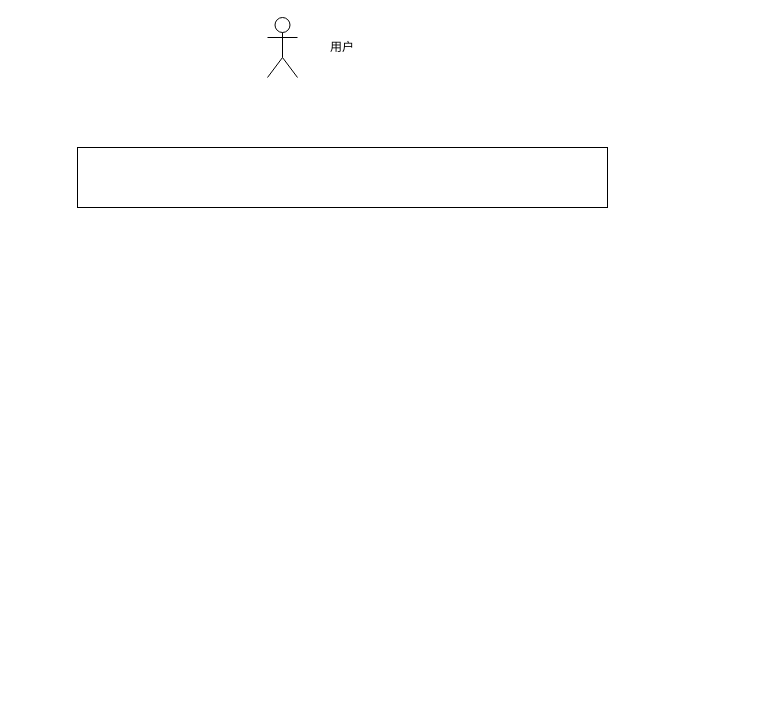
Before: csdb/数据架构图.drawio in DemonHan/KuickBuy, a draw.io diagram. Source tidied: cells renumbered, new cells numbered last; positions are measured from the earlier drawing's top-left corner, leaving out a move shared by most shapes. Both pictures are drawn from the tidied source at 100%, with x=0, y=0 at pixel (77, 17).
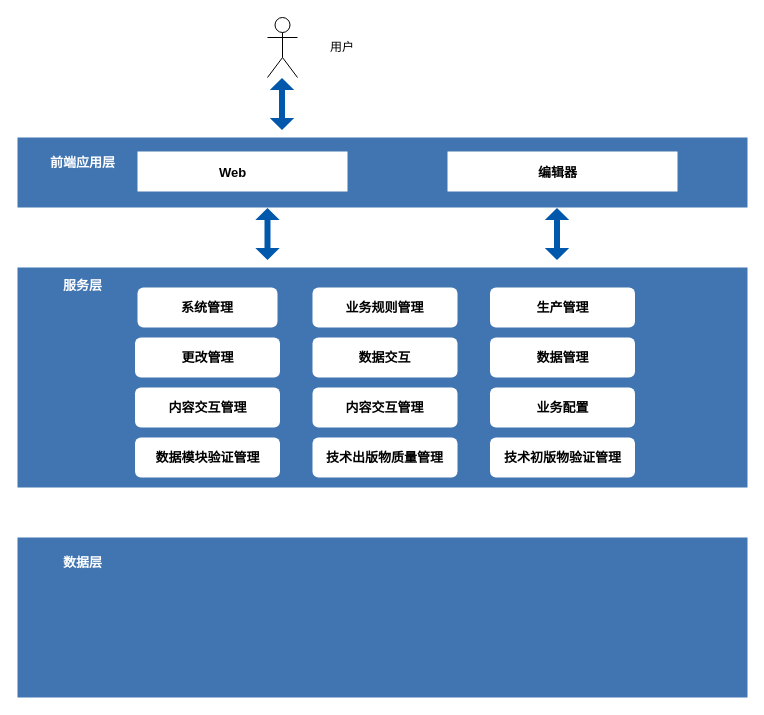
The same diagram, later.

Commit message (it also covers changes not shown here):
更新数据架构图.drawio

Diff of the diagram source:
```diff
@@
-    <mxCell id="2" style="rounded=0;whiteSpace=wrap;html=1;" parent="1" vertex="1">
-      <mxGeometry y="130" width="530" height="60" as="geometry" />
-    </mxCell>
@@
+    <mxCell id="5" style="shape=flexArrow;endArrow=classic;startArrow=classic;html=1;rounded=0;width=6;startSize=3.64;endSize=3.64;endWidth=17.387755102040817;startWidth=17.387755102040817;entryX=0.197;entryY=0.995;entryDx=0;entryDy=0;entryPerimeter=0;fontStyle=1;fontSize=13;strokeColor=none;fillColor=#0058AC;" parent="1" edge="1">
+      <mxGeometry relative="1" as="geometry">
+        <mxPoint x="204.5" y="113" as="sourcePoint" />
+        <mxPoint x="204.5" y="60" as="targetPoint" />
+      </mxGeometry>
+    </mxCell>
+    <mxCell id="6" style="rounded=0;whiteSpace=wrap;html=1;fillColor=#4175B1;fontStyle=1;fontSize=13;strokeColor=none;" parent="1" vertex="1">
+      <mxGeometry x="-60" y="120" width="730" height="70" as="geometry" />
+    </mxCell>
+    <mxCell id="7" value="前端应用层" style="text;html=1;align=center;verticalAlign=middle;strokeColor=none;fillColor=none;fontColor=#FFFFFF;fontStyle=1;fontSize=13;" parent="1" vertex="1">
+      <mxGeometry x="-40" y="130" width="90" height="30" as="geometry" />
+    </mxCell>
+    <mxCell id="8" style="rounded=0;whiteSpace=wrap;html=1;fillColor=#FFFFFF;fontStyle=1;fontSize=13;strokeColor=none;" parent="1" vertex="1">
+      <mxGeometry x="60" y="134" width="210" height="40" as="geometry" />
+    </mxCell>
+    <mxCell id="9" value="Web" style="text;html=1;align=center;verticalAlign=middle;strokeColor=none;fillColor=none;fontStyle=1;fontSize=13;" parent="1" vertex="1">
+      <mxGeometry x="130" y="140" width="50" height="30" as="geometry" />
+    </mxCell>
+    <mxCell id="10" style="rounded=0;whiteSpace=wrap;html=1;fillColor=#FFFFFF;fontStyle=1;fontSize=13;strokeColor=none;" parent="1" vertex="1">
+      <mxGeometry x="370" y="134" width="230" height="40" as="geometry" />
+    </mxCell>
+    <mxCell id="11" value="编辑器" style="text;html=1;align=center;verticalAlign=middle;strokeColor=none;fillColor=none;fontStyle=1;fontSize=13;" parent="1" vertex="1">
+      <mxGeometry x="450" y="140" width="60" height="30" as="geometry" />
+    </mxCell>
+    <mxCell id="12" style="rounded=0;whiteSpace=wrap;html=1;fillColor=#4175B1;fontStyle=1;fontSize=13;strokeColor=none;" parent="1" vertex="1">
+      <mxGeometry x="-60" y="250" width="730" height="220" as="geometry" />
+    </mxCell>
+    <mxCell id="13" value="服务层" style="text;html=1;align=center;verticalAlign=middle;strokeColor=none;fillColor=none;fontColor=#FFFFFF;fontStyle=1;fontSize=13;" parent="1" vertex="1">
+      <mxGeometry x="-25" y="253" width="60" height="30" as="geometry" />
+    </mxCell>
+    <mxCell id="14" value="系统管理" style="rounded=1;whiteSpace=wrap;html=1;fontStyle=1;fontSize=13;strokeColor=none;fillColor=#FFFFFF;fontColor=#000000;" parent="1" vertex="1">
+      <mxGeometry x="60" y="270" width="140" height="40" as="geometry" />
+    </mxCell>
+    <mxCell id="15" value="业务规则管理" style="rounded=1;whiteSpace=wrap;html=1;fontStyle=1;fontSize=13;strokeColor=none;fillColor=#FFFFFF;fontColor=#000000;" parent="1" vertex="1">
+      <mxGeometry x="235" y="270" width="145" height="40" as="geometry" />
+    </mxCell>
+    <mxCell id="16" value="生产管理" style="rounded=1;whiteSpace=wrap;html=1;fontStyle=1;fontSize=13;strokeColor=none;fillColor=#FFFFFF;fontColor=#000000;" parent="1" vertex="1">
+      <mxGeometry x="412.5" y="270" width="145" height="40" as="geometry" />
+    </mxCell>
+    <mxCell id="17" value="更改管理" style="rounded=1;whiteSpace=wrap;html=1;fontStyle=1;fontSize=13;strokeColor=none;fillColor=#FFFFFF;fontColor=#000000;" parent="1" vertex="1">
+      <mxGeometry x="57.5" y="320" width="145" height="40" as="geometry" />
+    </mxCell>
+    <mxCell id="18" value="数据交互" style="rounded=1;whiteSpace=wrap;html=1;fontStyle=1;fontSize=13;strokeColor=none;fillColor=#FFFFFF;fontColor=#000000;" parent="1" vertex="1">
+      <mxGeometry x="235" y="320" width="145" height="40" as="geometry" />
+    </mxCell>
+    <mxCell id="19" value="数据管理" style="rounded=1;whiteSpace=wrap;html=1;fontStyle=1;fontSize=13;strokeColor=none;fillColor=#FFFFFF;fontColor=#000000;" parent="1" vertex="1">
+      <mxGeometry x="412.5" y="320" width="145" height="40" as="geometry" />
+    </mxCell>
+    <mxCell id="20" value="内容交互管理" style="rounded=1;whiteSpace=wrap;html=1;fontStyle=1;fontSize=13;strokeColor=none;fillColor=#FFFFFF;fontColor=#000000;" parent="1" vertex="1">
+      <mxGeometry x="57.5" y="370" width="145" height="40" as="geometry" />
+    </mxCell>
+    <mxCell id="21" value="内容交互管理" style="rounded=1;whiteSpace=wrap;html=1;fontStyle=1;fontSize=13;strokeColor=none;fillColor=#FFFFFF;fontColor=#000000;" parent="1" vertex="1">
+      <mxGeometry x="235" y="370" width="145" height="40" as="geometry" />
+    </mxCell>
+    <mxCell id="22" value="业务配置" style="rounded=1;whiteSpace=wrap;html=1;fontStyle=1;fontSize=13;strokeColor=none;fillColor=#FFFFFF;fontColor=#000000;" parent="1" vertex="1">
+      <mxGeometry x="412.5" y="370" width="145" height="40" as="geometry" />
+    </mxCell>
+    <mxCell id="23" value="数据模块验证管理" style="rounded=1;whiteSpace=wrap;html=1;fontStyle=1;fontSize=13;strokeColor=none;fillColor=#FFFFFF;fontColor=#000000;" parent="1" vertex="1">
+      <mxGeometry x="57.5" y="420" width="145" height="40" as="geometry" />
+    </mxCell>
+    <mxCell id="24" value="技术出版物质量管理" style="rounded=1;whiteSpace=wrap;html=1;fontStyle=1;fontSize=13;strokeColor=none;fillColor=#FFFFFF;fontColor=#000000;" parent="1" vertex="1">
+      <mxGeometry x="235" y="420" width="145" height="40" as="geometry" />
+    </mxCell>
+    <mxCell id="25" value="技术初版物验证管理" style="rounded=1;whiteSpace=wrap;html=1;fontStyle=1;fontSize=13;strokeColor=none;fillColor=#FFFFFF;fontColor=#000000;" parent="1" vertex="1">
+      <mxGeometry x="412.5" y="420" width="145" height="40" as="geometry" />
+    </mxCell>
+    <mxCell id="26" style="shape=flexArrow;endArrow=classic;startArrow=classic;html=1;rounded=0;width=6;startSize=3.64;endSize=3.64;endWidth=17.387755102040817;startWidth=17.387755102040817;entryX=0.197;entryY=0.995;entryDx=0;entryDy=0;entryPerimeter=0;fontStyle=1;fontSize=13;strokeColor=none;fillColor=#0058AC;" parent="1" edge="1">
+      <mxGeometry relative="1" as="geometry">
+        <mxPoint x="190" y="243" as="sourcePoint" />
+        <mxPoint x="190" y="190" as="targetPoint" />
+      </mxGeometry>
+    </mxCell>
+    <mxCell id="27" style="shape=flexArrow;endArrow=classic;startArrow=classic;html=1;rounded=0;width=6;startSize=3.64;endSize=3.64;endWidth=17.387755102040817;startWidth=17.387755102040817;entryX=0.197;entryY=0.995;entryDx=0;entryDy=0;entryPerimeter=0;fontStyle=1;fontSize=13;strokeColor=none;fillColor=#0058AC;" parent="1" edge="1">
+      <mxGeometry relative="1" as="geometry">
+        <mxPoint x="479.5" y="243" as="sourcePoint" />
+        <mxPoint x="479.5" y="190" as="targetPoint" />
+      </mxGeometry>
+    </mxCell>
+    <mxCell id="28" style="rounded=0;whiteSpace=wrap;html=1;fillColor=#4175B1;fontStyle=1;fontSize=13;strokeColor=none;" parent="1" vertex="1">
+      <mxGeometry x="-60" y="520" width="730" height="160" as="geometry" />
+    </mxCell>
+    <mxCell id="29" value="数据层" style="text;html=1;align=center;verticalAlign=middle;strokeColor=none;fillColor=none;fontColor=#FFFFFF;fontStyle=1;fontSize=13;" parent="1" vertex="1">
+      <mxGeometry x="-25" y="530" width="60" height="30" as="geometry" />
+    </mxCell>
```
